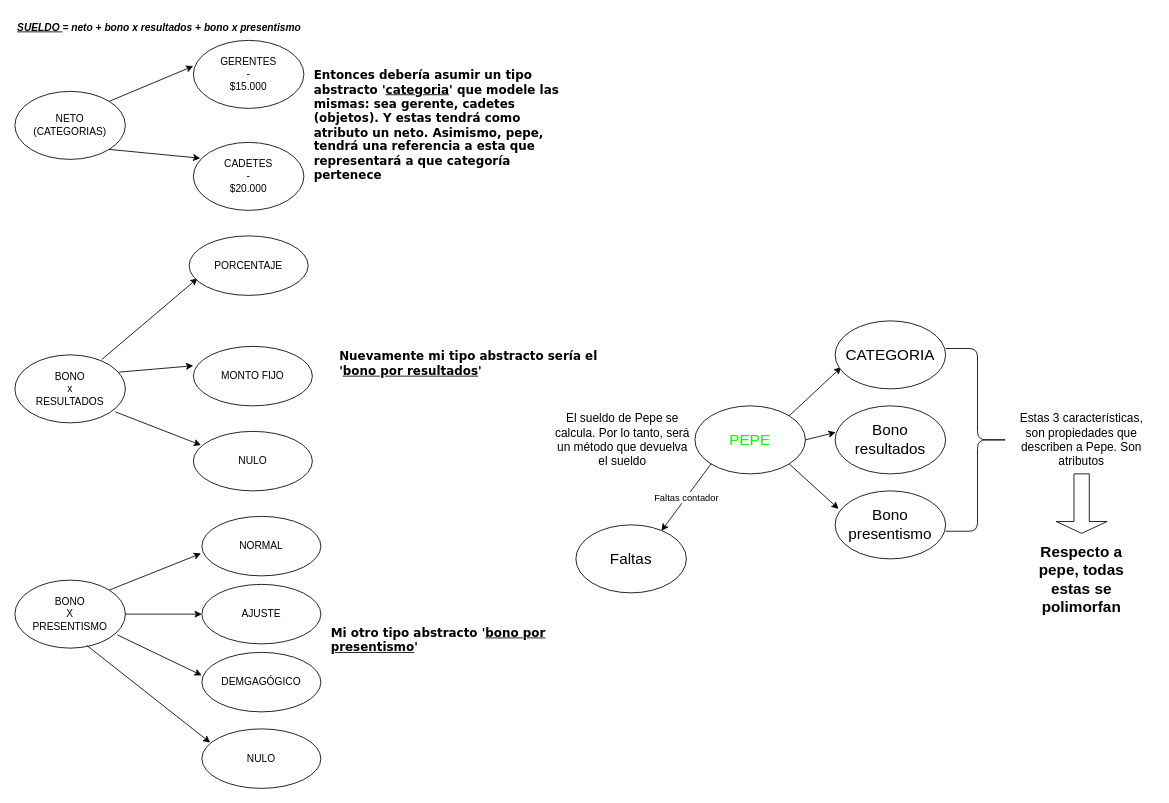
Before: sratchpad.drawio in obj1unq/2025c2s2-sueldo-de-pepe-Mastzz, a draw.io diagram. Source tidied: cells renumbered, new cells numbered last; positions are measured from the earlier drawing's top-left corner, leaving out a move shared by most shapes. Both pictures are drawn from the tidied source at 85%, with x=0, y=0 at pixel (14, 14).
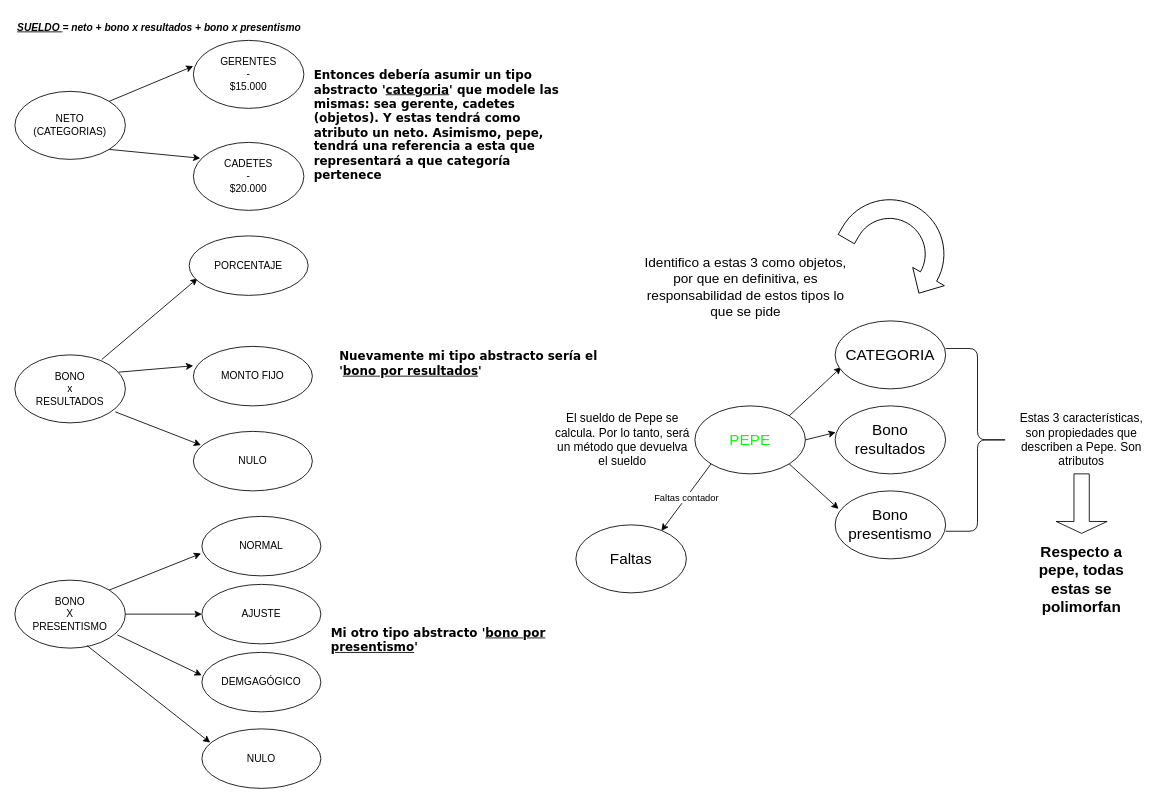
After the change.

What changed in the source:
```diff
@@
+    <mxCell id="41" value="&lt;span&gt;Identifico a estas 3 como objetos, por que en definitiva, es responsabilidad de estos tipos lo que se pide&lt;/span&gt;" style="text;strokeColor=none;align=center;fillColor=none;html=1;verticalAlign=middle;whiteSpace=wrap;rounded=0;fontSize=16;" parent="1" vertex="1">
+      <mxGeometry x="740" y="280" width="240" height="80" as="geometry" />
+    </mxCell>
+    <mxCell id="42" style="html=1;shadow=0;dashed=0;align=center;verticalAlign=middle;shape=mxgraph.arrows2.uTurnArrow;dy=11;arrowHead=43;dx2=22.63;rotation=120;" parent="1" vertex="1">
+      <mxGeometry x="1010" y="191.6" width="74.1" height="138.3" as="geometry" />
+    </mxCell>
```
